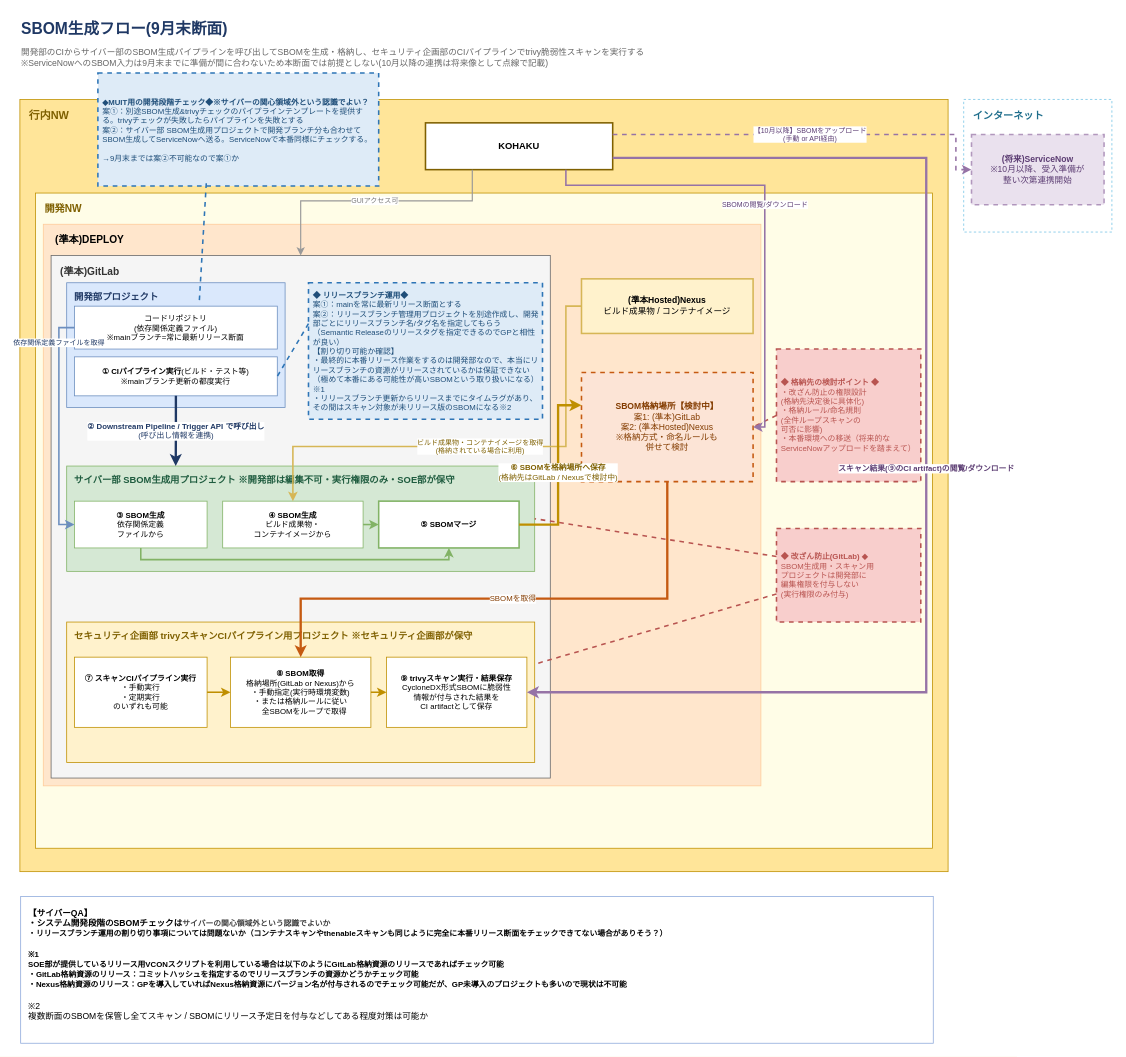
The draw.io diagram tmp/SBOM生成フロー_v4_9月末断面_2.drawio in shuyossy/ai-notebook, before the edit. Source tidied: cells renumbered, new cells numbered last; positions are measured from the earlier drawing's top-left corner, leaving out a move shared by most shapes. Both pictures are drawn from the tidied source at 78%, with x=0, y=0 at pixel (20, 13).
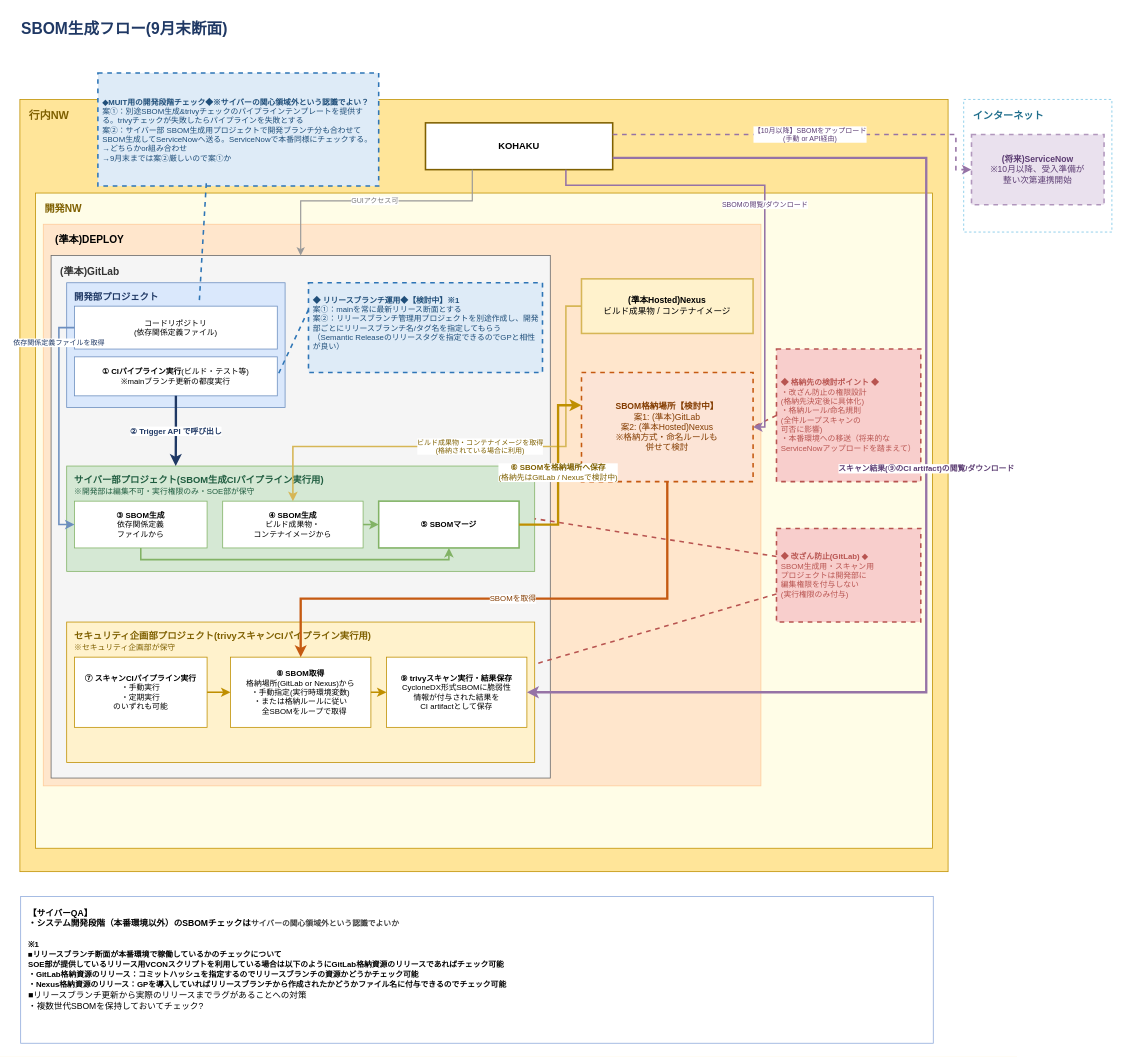
Above is the later version.

Unchanged cells that the change refers to:
```xml
<mxCell id="14" value="&lt;b&gt;① CIパイプライン実行&lt;/b&gt;(ビルド・テスト等)&#10;※mainブランチ更新の都度実行" style="rounded=0;whiteSpace=wrap;html=1;fillColor=#FFFFFF;strokeColor=#6C8EBF;fontSize=10;" parent="1" vertex="1">
  <mxGeometry x="70" y="440" width="260" height="50" as="geometry" />
</mxCell>
```

What changed in the source:
```diff
@@
-    <mxCell id="3" value="開発部のCIからサイバー部のSBOM生成パイプラインを呼び出してSBOMを生成・格納し、セキュリティ企画部のCIパイプラインでtrivy脆弱性スキャンを実行する&#10;※ServiceNowへのSBOM入力は9月末までに準備が間に合わないため本断面では前提としない(10月以降の連携は将来像として点線で記載)" style="text;html=1;align=left;verticalAlign=middle;fontSize=11;fontColor=#666666;" parent="1" vertex="1">
-      <mxGeometry y="36" width="1160" height="40" as="geometry" />
-    </mxCell>
@@
-    <mxCell id="13" value="コードリポジトリ&#10;(依存関係定義ファイル)&#10;※mainブランチ=常に最新リリース断面" style="rounded=0;whiteSpace=wrap;html=1;fillColor=#FFFFFF;strokeColor=#6C8EBF;fontSize=10;" parent="1" vertex="1">
+    <mxCell id="13" value="コードリポジトリ&lt;br&gt;(依存関係定義ファイル)" style="rounded=0;whiteSpace=wrap;html=1;fillColor=#FFFFFF;strokeColor=#6C8EBF;fontSize=10;" parent="1" vertex="1">
       <mxGeometry x="70" y="375" width="260" height="55" as="geometry" />
     </mxCell>
@@
-    <mxCell id="15" value="&lt;b&gt;◆ リリースブランチ運用◆&lt;/b&gt;&lt;div&gt;案①：mainを常に最新リリース断面とする&lt;/div&gt;&lt;div&gt;案②：リリースブランチ管理用プロジェクトを別途作成し、開発部ごとにリリースブランチ名/タグ名を指定してもらう（Semantic Releaseのリリースタグを指定できるのでGPと相性が良い）&lt;br&gt;【割り切り可能か確認】&lt;/div&gt;&lt;div&gt;・最終的に本番リリース作業をするのは開発部なので、本当にリリースブランチの資源がリリースされているかは保証できない（極めて本番にある可能性が高いSBOMという取り扱いになる）※1&lt;/div&gt;&lt;div&gt;・リリースブランチ更新からリリースまでにタイムラグがあり、その間はスキャン対象が未リリース版のSBOMになる※2&lt;/div&gt;" style="rounded=0;whiteSpace=wrap;html=1;fillColor=#DEEBF7;strokeColor=#2E75B6;strokeWidth=2;dashed=1;fontSize=10;fontColor=#1F4E79;align=left;spacing=6;" parent="1" vertex="1">
-      <mxGeometry x="370" y="345" width="300" height="175" as="geometry" />
+    <mxCell id="15" value="&lt;b&gt;◆ リリースブランチ運用◆【検討中】※1&lt;/b&gt;&lt;div&gt;案①：mainを常に最新リリース断面とする&lt;/div&gt;&lt;div&gt;案②：リリースブランチ管理用プロジェクトを別途作成し、開発部ごとにリリースブランチ名/タグ名を指定してもらう（Semantic Releaseのリリースタグを指定できるのでGPと相性が良い）&lt;br&gt;&lt;br&gt;&lt;/div&gt;" style="rounded=0;whiteSpace=wrap;html=1;fillColor=#DEEBF7;strokeColor=#2E75B6;strokeWidth=2;dashed=1;fontSize=10;fontColor=#1F4E79;align=left;spacing=6;" parent="1" vertex="1">
+      <mxGeometry x="370" y="345" width="300" height="115" as="geometry" />
     </mxCell>
@@
-    <mxCell id="17" value="&lt;b&gt;サイバー部 SBOM生成用プロジェクト ※開発部は編集不可・実行権限のみ・SOE部が保守&lt;/b&gt;" style="rounded=0;whiteSpace=wrap;html=1;fillColor=#D5E8D4;strokeColor=#82B366;verticalAlign=top;align=left;spacingLeft=8;spacingTop=4;fontSize=12;fontColor=#1F5C3F;" parent="1" vertex="1">
+    <mxCell id="17" value="&lt;b&gt;サイバー部プロジェクト(SBOM生成CIパイプライン実行用)&lt;/b&gt;&lt;div&gt;&lt;font style=&quot;font-size: 10px;&quot;&gt;※開発部は編集不可・実行権限のみ・SOE部が保守&lt;/font&gt;&lt;/div&gt;&lt;div&gt;&lt;font style=&quot;font-size: 10px;&quot;&gt;&lt;br&gt;&lt;/font&gt;&lt;/div&gt;" style="rounded=0;whiteSpace=wrap;html=1;fillColor=#D5E8D4;strokeColor=#82B366;verticalAlign=top;align=left;spacingLeft=8;spacingTop=4;fontSize=12;fontColor=#1F5C3F;" parent="1" vertex="1">
       <mxGeometry x="60" y="580" width="600" height="135" as="geometry" />
     </mxCell>
@@
-    <mxCell id="21" value="&lt;b&gt;セキュリティ企画部 trivyスキャンCIパイプライン用プロジェクト ※セキュリティ企画部が保守&lt;/b&gt;" style="rounded=0;whiteSpace=wrap;html=1;fillColor=#FFF2CC;strokeColor=#BF8F00;verticalAlign=top;align=left;spacingLeft=8;spacingTop=4;fontSize=12;fontColor=#7F6000;" parent="1" vertex="1">
+    <mxCell id="21" value="&lt;b&gt;セキュリティ企画部プロジェクト(trivyスキャンCIパイプライン実行用)&lt;/b&gt;&lt;div&gt;&lt;font style=&quot;font-size: 10px;&quot;&gt;※セキュリティ企画部が保守&lt;/font&gt;&lt;/div&gt;" style="rounded=0;whiteSpace=wrap;html=1;fillColor=#FFF2CC;strokeColor=#BF8F00;verticalAlign=top;align=left;spacingLeft=8;spacingTop=4;fontSize=12;fontColor=#7F6000;" parent="1" vertex="1">
       <mxGeometry x="60" y="780" width="600" height="180" as="geometry" />
     </mxCell>
@@
-    <mxCell id="34" value="&lt;b&gt;② Downstream Pipeline / Trigger API で呼び出し&lt;/b&gt;&#10;(呼び出し情報を連携)" style="edgeStyle=orthogonalEdgeStyle;rounded=0;html=1;strokeColor=#1F3864;strokeWidth=3;fontSize=10;fontColor=#1F3864;labelBackgroundColor=#FFFFFF;exitX=0.5;exitY=1;exitDx=0;exitDy=0;entryX=0.233;entryY=0;entryDx=0;entryDy=0;" parent="1" edge="1" source="14" target="17">
+    <mxCell id="34" value="&lt;b&gt;② Trigger API で呼び出し&lt;/b&gt;" style="edgeStyle=orthogonalEdgeStyle;rounded=0;html=1;strokeColor=#1F3864;strokeWidth=3;fontSize=10;fontColor=#1F3864;labelBackgroundColor=#FFFFFF;exitX=0.5;exitY=1;exitDx=0;exitDy=0;entryX=0.233;entryY=0;entryDx=0;entryDy=0;" parent="1" edge="1" source="14" target="17">
       <mxGeometry relative="1" as="geometry" />
     </mxCell>
@@
-    <mxCell id="44" value="&lt;b&gt;【サイバーQA】&lt;/b&gt;&lt;div&gt;&lt;b&gt;・システム開発段階のSBOMチェックは&lt;/b&gt;&lt;b style=&quot;color: rgb(63, 63, 63); scrollbar-color: rgb(226, 226, 226) rgb(251, 251, 251); font-size: 10px;&quot;&gt;サイバーの関心領域外という認識でよいか&lt;/b&gt;&lt;/div&gt;&lt;div&gt;&lt;b&gt;&lt;span style=&quot;font-size: 10px;&quot;&gt;・リリースブランチ運用の割り切り事項については問題ないか（コンテナスキャンやthenableスキャンも同じように完全に本番リリース断面をチェックできてない場合がありそう？）&lt;/span&gt;&lt;/b&gt;&lt;/div&gt;&lt;div&gt;&lt;b&gt;&lt;span style=&quot;font-size: 10px;&quot;&gt;&lt;br&gt;&lt;/span&gt;&lt;/b&gt;&lt;/div&gt;&lt;div&gt;&lt;b&gt;&lt;span style=&quot;font-size: 10px;&quot;&gt;※1&lt;/span&gt;&lt;/b&gt;&lt;/div&gt;&lt;div&gt;&lt;b&gt;&lt;span style=&quot;font-size: 10px;&quot;&gt;SOE部が提供しているリリース用VCONスクリプトを利用している場合は以下のようにGitLab格納資源のリリースであればチェック可能&lt;/span&gt;&lt;/b&gt;&lt;/div&gt;&lt;div&gt;&lt;b&gt;&lt;span style=&quot;font-size: 10px;&quot;&gt;・GitLab格納資源のリリース：コミットハッシュを指定するのでリリースブランチの資源かどうかチェック可能&lt;/span&gt;&lt;/b&gt;&lt;/div&gt;&lt;div&gt;&lt;b&gt;&lt;span style=&quot;font-size: 10px;&quot;&gt;・Nexus格納資源のリリース：GPを導入していればNexus格納資源にバージョン名が付与されるのでチェック可能だが、GP未導入のプロジェクトも多いので現状は不可能&lt;br&gt;&lt;/span&gt;&lt;/b&gt;&lt;br&gt;&lt;/div&gt;&lt;div&gt;※2&lt;/div&gt;&lt;div&gt;複数断面のSBOMを保管し全てスキャン / SBOMにリリース予定日を付与などしてある程度対策は可能か&lt;/div&gt;" style="rounded=0;whiteSpace=wrap;html=1;fillColor=#FFFFFF;strokeColor=#8EA9DB;align=left;verticalAlign=top;spacing=10;fontSize=11;" parent="1" vertex="1">
+    <mxCell id="44" value="&lt;b&gt;【サイバーQA】&lt;/b&gt;&lt;div&gt;&lt;b&gt;・システム開発段階（本番環境以外）のSBOMチェックは&lt;/b&gt;&lt;b style=&quot;color: rgb(63, 63, 63); scrollbar-color: rgb(226, 226, 226) rgb(251, 251, 251); font-size: 10px;&quot;&gt;サイバーの関心領域外という認識でよいか&lt;/b&gt;&lt;/div&gt;&lt;div&gt;&lt;b&gt;&lt;span style=&quot;font-size: 10px;&quot;&gt;&lt;br&gt;&lt;/span&gt;&lt;/b&gt;&lt;/div&gt;&lt;div&gt;&lt;b&gt;&lt;span style=&quot;font-size: 10px;&quot;&gt;※1&lt;/span&gt;&lt;/b&gt;&lt;/div&gt;&lt;div&gt;&lt;b&gt;&lt;span style=&quot;font-size: 10px;&quot;&gt;■リリースブランチ断面が本番環境で稼働しているかのチェックについて&lt;/span&gt;&lt;/b&gt;&lt;/div&gt;&lt;div&gt;&lt;b&gt;&lt;span style=&quot;font-size: 10px;&quot;&gt;SOE部が提供しているリリース用VCONスクリプトを利用している場合は以下のようにGitLab格納資源のリリースであればチェック可能&lt;/span&gt;&lt;/b&gt;&lt;/div&gt;&lt;div&gt;&lt;b&gt;&lt;span style=&quot;font-size: 10px;&quot;&gt;・GitLab格納資源のリリース：コミットハッシュを指定するのでリリースブランチの資源かどうかチェック可能&lt;/span&gt;&lt;/b&gt;&lt;/div&gt;&lt;div&gt;&lt;b&gt;&lt;span style=&quot;font-size: 10px;&quot;&gt;・Nexus格納資源のリリース：GPを導入していればリリースブランチから作成されたかどうかファイル名に付与できるのでチェック可能&lt;/span&gt;&lt;/b&gt;&lt;br&gt;&lt;/div&gt;&lt;div&gt;■リリースブランチ更新から実際のリリースまでラグがあることへの対策&lt;/div&gt;&lt;div&gt;・複数世代SBOMを保持しておいてチェック?&lt;/div&gt;" style="rounded=0;whiteSpace=wrap;html=1;fillColor=#FFFFFF;strokeColor=#8EA9DB;align=left;verticalAlign=top;spacing=10;fontSize=11;" parent="1" vertex="1">
       <mxGeometry x="1" y="1132" width="1170" height="188" as="geometry" />
     </mxCell>
-    <mxCell id="45" value="&lt;b&gt;◆MUIT用の開発段階チェック◆※サイバーの関心領域外という認識でよい？&lt;/b&gt;&lt;div&gt;案①：別途SBOM生成&amp;amp;trivyチェックのパイプラインテンプレートを提供する。trivyチェックが失敗したらパイプラインを失敗とする&lt;/div&gt;&lt;div&gt;案②：サイバー部 SBOM生成用プロジェクトで開発ブランチ分も合わせてSBOM生成してServiceNowへ送る。ServiceNowで本番同様にチェックする。&lt;/div&gt;&lt;div&gt;&lt;br&gt;&lt;/div&gt;&lt;div&gt;→9月末までは案②不可能なので案①か&lt;/div&gt;" style="rounded=0;whiteSpace=wrap;html=1;fillColor=#DEEBF7;strokeColor=#2E75B6;strokeWidth=2;dashed=1;fontSize=10;fontColor=#1F4E79;align=left;spacing=6;" parent="1" vertex="1">
+    <mxCell id="45" value="&lt;b&gt;◆MUIT用の開発段階チェック◆※サイバーの関心領域外という認識でよい？&lt;/b&gt;&lt;div&gt;案①：別途SBOM生成&amp;amp;trivyチェックのパイプラインテンプレートを提供する。trivyチェックが失敗したらパイプラインを失敗とする&lt;/div&gt;&lt;div&gt;案②：サイバー部 SBOM生成用プロジェクトで開発ブランチ分も合わせてSBOM生成してServiceNowへ送る。ServiceNowで本番同様にチェックする。&lt;/div&gt;&lt;div&gt;→どちらかor組み合わせ&lt;/div&gt;&lt;div&gt;→9月末までは案②厳しいので案①か&lt;/div&gt;" style="rounded=0;whiteSpace=wrap;html=1;fillColor=#DEEBF7;strokeColor=#2E75B6;strokeWidth=2;dashed=1;fontSize=10;fontColor=#1F4E79;align=left;spacing=6;" parent="1" vertex="1">
       <mxGeometry x="100" y="76" width="360" height="145" as="geometry" />
     </mxCell>
```
